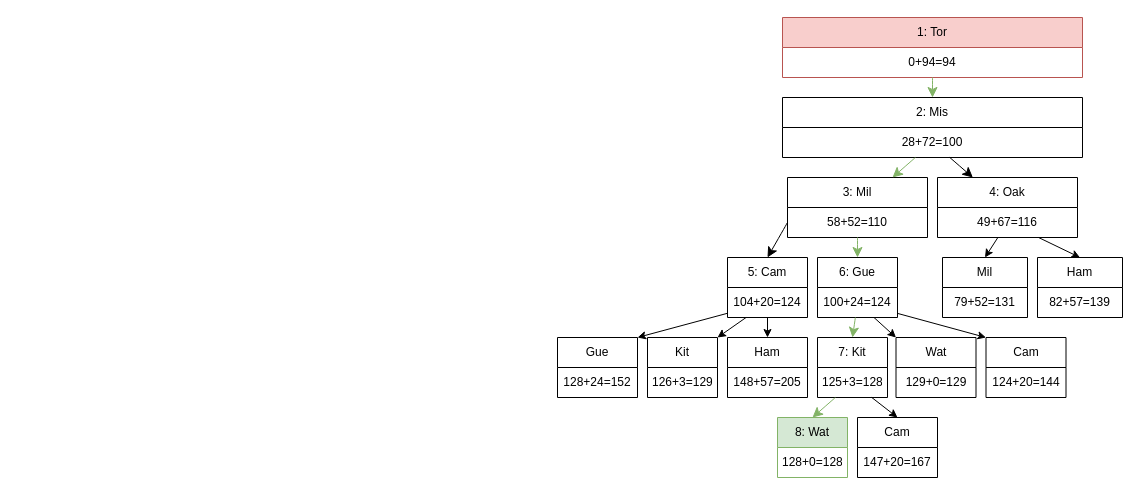
V2arK/CS486 keeps this draw.io diagram as A1/486A1Q1.drawio. Above is the earlier version. Source tidied: cells renumbered, new cells numbered last; positions are measured from the earlier drawing's top-left corner, leaving out a move shared by most shapes. Both pictures are drawn from the tidied source at 100%, with x=0, y=0 at pixel (557, 17).
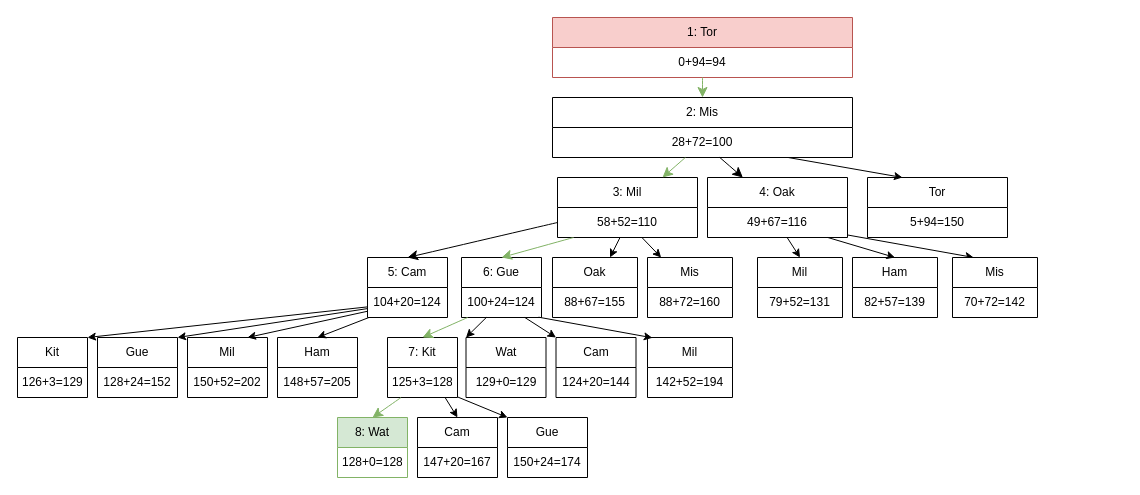
After the change.

The change refers to these unchanged cells:
```xml
<mxCell id="5" value="28+72=100" style="text;strokeColor=none;fillColor=none;align=center;verticalAlign=middle;spacingLeft=4;spacingRight=4;overflow=hidden;points=[[0,0.5],[1,0.5]];portConstraint=eastwest;whiteSpace=wrap;html=1;" parent="4" vertex="1">
  <mxGeometry y="30" width="300" height="30" as="geometry" />
</mxCell>
<mxCell id="7" value="58+52=110" style="text;strokeColor=none;fillColor=none;align=center;verticalAlign=middle;spacingLeft=4;spacingRight=4;overflow=hidden;points=[[0,0.5],[1,0.5]];portConstraint=eastwest;whiteSpace=wrap;html=1;" parent="6" vertex="1">
  <mxGeometry y="30" width="140" height="30" as="geometry" />
</mxCell>
<mxCell id="9" value="49+67=116" style="text;strokeColor=none;fillColor=none;align=center;verticalAlign=middle;spacingLeft=4;spacingRight=4;overflow=hidden;points=[[0,0.5],[1,0.5]];portConstraint=eastwest;whiteSpace=wrap;html=1;" parent="8" vertex="1">
  <mxGeometry y="30" width="140" height="30" as="geometry" />
</mxCell>
<mxCell id="14" value="104+20=124" style="text;strokeColor=none;fillColor=none;align=center;verticalAlign=middle;spacingLeft=4;spacingRight=4;overflow=hidden;points=[[0,0.5],[1,0.5]];portConstraint=eastwest;whiteSpace=wrap;html=1;" parent="13" vertex="1">
  <mxGeometry y="30" width="80" height="30" as="geometry" />
</mxCell>
<mxCell id="16" value="100+24=124" style="text;strokeColor=none;fillColor=none;align=center;verticalAlign=middle;spacingLeft=4;spacingRight=4;overflow=hidden;points=[[0,0.5],[1,0.5]];portConstraint=eastwest;whiteSpace=wrap;html=1;" parent="15" vertex="1">
  <mxGeometry y="30" width="80" height="30" as="geometry" />
</mxCell>
<mxCell id="20" value="125+3=128" style="text;strokeColor=none;fillColor=none;align=center;verticalAlign=middle;spacingLeft=4;spacingRight=4;overflow=hidden;points=[[0,0.5],[1,0.5]];portConstraint=eastwest;whiteSpace=wrap;html=1;" parent="19" vertex="1">
  <mxGeometry y="30" width="70" height="30" as="geometry" />
</mxCell>
```

The edit, as a diff of the source:
```diff
@@
     <mxCell id="2" value="1: Tor" style="swimlane;fontStyle=0;horizontal=1;startSize=30;whiteSpace=wrap;html=1;fillColor=#f8cecc;strokeColor=#b85450;" parent="1" vertex="1">
-      <mxGeometry x="225" width="300" height="60" as="geometry" />
+      <mxGeometry x="-5" width="300" height="60" as="geometry" />
     </mxCell>
@@
     <mxCell id="4" value="2: Mis" style="swimlane;fontStyle=0;horizontal=1;startSize=30;whiteSpace=wrap;html=1;" parent="1" vertex="1">
-      <mxGeometry x="225" y="80" width="300" height="60" as="geometry" />
+      <mxGeometry x="-5" y="80" width="300" height="60" as="geometry" />
     </mxCell>
@@
     <mxCell id="6" value="3: Mil" style="swimlane;fontStyle=0;horizontal=1;startSize=30;whiteSpace=wrap;html=1;" parent="1" vertex="1">
-      <mxGeometry x="230" y="160" width="140" height="60" as="geometry" />
+      <mxGeometry y="160" width="140" height="60" as="geometry" />
     </mxCell>
@@
+    <mxCell id="49" style="edgeStyle=none;rounded=0;jettySize=auto;html=1;entryX=0.25;entryY=0;entryDx=0;entryDy=0;" parent="1" edge="1" source="9" target="53">
+      <mxGeometry relative="1" as="geometry" />
+    </mxCell>
     <mxCell id="8" value="4: Oak" style="swimlane;fontStyle=0;horizontal=1;startSize=30;whiteSpace=wrap;html=1;" parent="1" vertex="1">
-      <mxGeometry x="380" y="160" width="140" height="60" as="geometry" />
+      <mxGeometry x="150" y="160" width="140" height="60" as="geometry" />
     </mxCell>
@@
     <mxCell id="13" value="5: Cam" style="swimlane;fontStyle=0;horizontal=1;startSize=30;whiteSpace=wrap;html=1;" parent="1" vertex="1">
-      <mxGeometry x="170" y="240" width="80" height="60" as="geometry" />
+      <mxGeometry x="-190" y="240" width="80" height="60" as="geometry" />
     </mxCell>
@@
     <mxCell id="15" value="6: Gue" style="swimlane;fontStyle=0;horizontal=1;startSize=30;whiteSpace=wrap;html=1;" parent="1" vertex="1">
-      <mxGeometry x="260" y="240" width="80" height="60" as="geometry" />
+      <mxGeometry x="-96" y="240" width="80" height="60" as="geometry" />
     </mxCell>
@@
     <mxCell id="19" value="7: Kit" style="swimlane;fontStyle=0;horizontal=1;startSize=30;whiteSpace=wrap;html=1;" parent="1" vertex="1">
-      <mxGeometry x="260" y="320" width="70" height="60" as="geometry" />
+      <mxGeometry x="-170" y="320" width="70" height="60" as="geometry" />
     </mxCell>
@@
     <mxCell id="22" value="8: Wat" style="swimlane;fontStyle=0;horizontal=1;startSize=30;whiteSpace=wrap;html=1;fillColor=#d5e8d4;strokeColor=#82b366;" parent="1" vertex="1">
-      <mxGeometry x="220" y="400" width="70" height="60" as="geometry" />
+      <mxGeometry x="-220" y="400" width="70" height="60" as="geometry" />
     </mxCell>
@@
     <mxCell id="25" value="Mil" style="swimlane;fontStyle=0;horizontal=1;startSize=30;whiteSpace=wrap;html=1;" parent="1" vertex="1">
-      <mxGeometry x="385" y="240" width="85" height="60" as="geometry" />
+      <mxGeometry x="200" y="240" width="85" height="60" as="geometry" />
     </mxCell>
@@
     <mxCell id="28" value="Ham" style="swimlane;fontStyle=0;horizontal=1;startSize=30;whiteSpace=wrap;html=1;" parent="1" vertex="1">
-      <mxGeometry x="480" y="240" width="85" height="60" as="geometry" />
+      <mxGeometry x="295" y="240" width="85" height="60" as="geometry" />
     </mxCell>
@@
     <mxCell id="31" value="Gue" style="swimlane;fontStyle=0;horizontal=1;startSize=30;whiteSpace=wrap;html=1;" parent="1" vertex="1">
-      <mxGeometry y="320" width="80" height="60" as="geometry" />
+      <mxGeometry x="-460" y="320" width="80" height="60" as="geometry" />
     </mxCell>
@@
     <mxCell id="33" value="Kit" style="swimlane;fontStyle=0;horizontal=1;startSize=30;whiteSpace=wrap;html=1;" parent="1" vertex="1">
-      <mxGeometry x="90" y="320" width="70" height="60" as="geometry" />
+      <mxGeometry x="-540" y="320" width="70" height="60" as="geometry" />
     </mxCell>
@@
     <mxCell id="35" value="Ham" style="swimlane;fontStyle=0;horizontal=1;startSize=30;whiteSpace=wrap;html=1;" parent="1" vertex="1">
-      <mxGeometry x="170" y="320" width="80" height="60" as="geometry" />
+      <mxGeometry x="-280" y="320" width="80" height="60" as="geometry" />
     </mxCell>
@@
     <mxCell id="40" value="Cam" style="swimlane;fontStyle=0;horizontal=1;startSize=30;whiteSpace=wrap;html=1;" parent="1" vertex="1">
-      <mxGeometry x="428.5" y="320" width="80" height="60" as="geometry" />
+      <mxGeometry x="-1.5" y="320" width="80" height="60" as="geometry" />
     </mxCell>
@@
     <mxCell id="42" value="Wat" style="swimlane;fontStyle=0;horizontal=1;startSize=30;whiteSpace=wrap;html=1;" parent="1" vertex="1">
-      <mxGeometry x="338.5" y="320" width="80" height="60" as="geometry" />
+      <mxGeometry x="-91.5" y="320" width="80" height="60" as="geometry" />
     </mxCell>
@@
     <mxCell id="46" value="Cam" style="swimlane;fontStyle=0;horizontal=1;startSize=30;whiteSpace=wrap;html=1;" parent="1" vertex="1">
-      <mxGeometry x="300" y="400" width="80" height="60" as="geometry" />
+      <mxGeometry x="-140" y="400" width="80" height="60" as="geometry" />
     </mxCell>
@@
-    <mxCell id="48" style="endArrow=classic;html=1;rounded=0;entryX=0.5;entryY=0;entryDx=0;entryDy=0;" parent="1" edge="1" source="20" target="46">
+    <mxCell id="48" style="endArrow=classic;html=1;rounded=0;entryX=0.5;entryY=0;entryDx=0;entryDy=0;exitX=0.82;exitY=0.99;exitDx=0;exitDy=0;exitPerimeter=0;" parent="1" edge="1" source="20" target="46">
       <mxGeometry relative="1" as="geometry" />
     </mxCell>
+    <mxCell id="50" value="Tor" style="swimlane;fontStyle=0;horizontal=1;startSize=30;whiteSpace=wrap;html=1;" parent="1" vertex="1">
+      <mxGeometry x="310" y="160" width="140" height="60" as="geometry" />
+    </mxCell>
+    <mxCell id="51" value="5+94=150" style="text;strokeColor=none;fillColor=none;align=center;verticalAlign=middle;spacingLeft=4;spacingRight=4;overflow=hidden;whiteSpace=wrap;html=1;" parent="50" vertex="1">
+      <mxGeometry y="30" width="140" height="30" as="geometry" />
+    </mxCell>
+    <mxCell id="52" style="edgeStyle=none;rounded=0;jettySize=auto;html=1;entryX=0.25;entryY=0;entryDx=0;entryDy=0;" parent="1" edge="1" source="5" target="50">
+      <mxGeometry relative="1" as="geometry" />
+    </mxCell>
+    <mxCell id="53" value="Mis" style="swimlane;fontStyle=0;horizontal=1;startSize=30;whiteSpace=wrap;html=1;" parent="1" vertex="1">
+      <mxGeometry x="395" y="240" width="85" height="60" as="geometry" />
+    </mxCell>
+    <mxCell id="54" value="70+72=142" style="text;strokeColor=none;fillColor=none;align=center;verticalAlign=middle;spacingLeft=4;spacingRight=4;overflow=hidden;whiteSpace=wrap;html=1;" parent="53" vertex="1">
+      <mxGeometry y="30" width="85" height="30" as="geometry" />
+    </mxCell>
+    <mxCell id="55" value="Oak" style="swimlane;fontStyle=0;horizontal=1;startSize=30;whiteSpace=wrap;html=1;" parent="1" vertex="1">
+      <mxGeometry x="-5" y="240" width="85" height="60" as="geometry" />
+    </mxCell>
+    <mxCell id="56" value="88+67=155" style="text;strokeColor=none;fillColor=none;align=center;verticalAlign=middle;spacingLeft=4;spacingRight=4;overflow=hidden;whiteSpace=wrap;html=1;" parent="55" vertex="1">
+      <mxGeometry y="30" width="85" height="30" as="geometry" />
+    </mxCell>
+    <mxCell id="57" value="Mis" style="swimlane;fontStyle=0;horizontal=1;startSize=30;whiteSpace=wrap;html=1;" parent="1" vertex="1">
+      <mxGeometry x="90" y="240" width="85" height="60" as="geometry" />
+    </mxCell>
+    <mxCell id="58" value="88+72=160" style="text;strokeColor=none;fillColor=none;align=center;verticalAlign=middle;spacingLeft=4;spacingRight=4;overflow=hidden;whiteSpace=wrap;html=1;" parent="57" vertex="1">
+      <mxGeometry y="30" width="85" height="30" as="geometry" />
+    </mxCell>
+    <mxCell id="59" style="edgeStyle=none;rounded=0;jettySize=auto;html=1;" parent="1" edge="1" source="7" target="55">
+      <mxGeometry relative="1" as="geometry" />
+    </mxCell>
+    <mxCell id="60" style="edgeStyle=none;rounded=0;jettySize=auto;html=1;" parent="1" edge="1" source="7" target="57">
+      <mxGeometry relative="1" as="geometry" />
+    </mxCell>
+    <mxCell id="61" value="Mil" style="swimlane;fontStyle=0;horizontal=1;startSize=30;whiteSpace=wrap;html=1;" parent="1" vertex="1">
+      <mxGeometry x="90" y="320" width="85" height="60" as="geometry" />
+    </mxCell>
+    <mxCell id="62" value="142+52=194" style="text;strokeColor=none;fillColor=none;align=center;verticalAlign=middle;spacingLeft=4;spacingRight=4;overflow=hidden;whiteSpace=wrap;html=1;" parent="61" vertex="1">
+      <mxGeometry y="30" width="85" height="30" as="geometry" />
+    </mxCell>
+    <mxCell id="63" style="edgeStyle=none;rounded=0;jettySize=auto;html=1;entryX=0.057;entryY=0.005;entryDx=0;entryDy=0;entryPerimeter=0;exitX=0.964;exitY=0.99;exitDx=0;exitDy=0;exitPerimeter=0;" parent="1" edge="1" source="16" target="61">
+      <mxGeometry relative="1" as="geometry" />
+    </mxCell>
+    <mxCell id="64" value="Gue" style="swimlane;fontStyle=0;horizontal=1;startSize=30;whiteSpace=wrap;html=1;" parent="1" vertex="1">
+      <mxGeometry x="-50" y="400" width="80" height="60" as="geometry" />
+    </mxCell>
+    <mxCell id="65" value="150+24=174" style="text;strokeColor=none;fillColor=none;align=center;verticalAlign=middle;spacingLeft=4;spacingRight=4;overflow=hidden;whiteSpace=wrap;html=1;" parent="64" vertex="1">
+      <mxGeometry y="30" width="80" height="30" as="geometry" />
+    </mxCell>
+    <mxCell id="66" style="edgeStyle=none;rounded=0;jettySize=auto;html=1;entryX=0;entryY=0;entryDx=0;entryDy=0;" parent="1" edge="1" source="20" target="64">
+      <mxGeometry relative="1" as="geometry" />
+    </mxCell>
+    <mxCell id="67" value="Mil" style="swimlane;fontStyle=0;horizontal=1;startSize=30;whiteSpace=wrap;html=1;" parent="1" vertex="1">
+      <mxGeometry x="-370" y="320" width="80" height="60" as="geometry" />
+    </mxCell>
+    <mxCell id="68" value="150+52=202" style="text;strokeColor=none;fillColor=none;align=center;verticalAlign=middle;spacingLeft=4;spacingRight=4;overflow=hidden;whiteSpace=wrap;html=1;" parent="67" vertex="1">
+      <mxGeometry y="30" width="80" height="30" as="geometry" />
+    </mxCell>
+    <mxCell id="69" style="edgeStyle=none;rounded=0;jettySize=auto;html=1;entryX=0.75;entryY=0;entryDx=0;entryDy=0;" parent="1" edge="1" source="14" target="67">
+      <mxGeometry relative="1" as="geometry" />
+    </mxCell>
```
